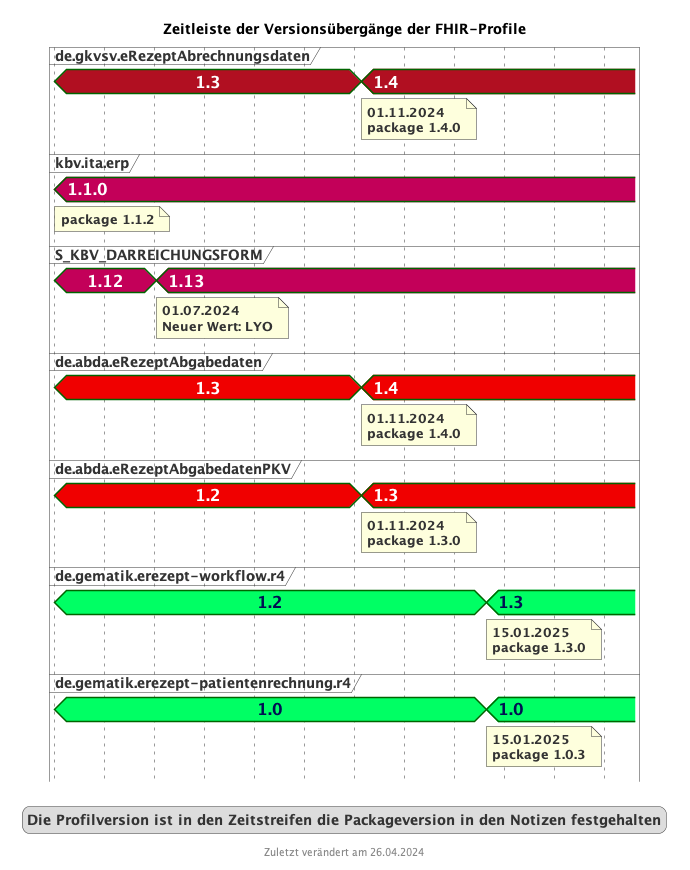
Earlier version of the PlantUML export images/puml_fhir_version_timeline.png (gematik/api-erp).
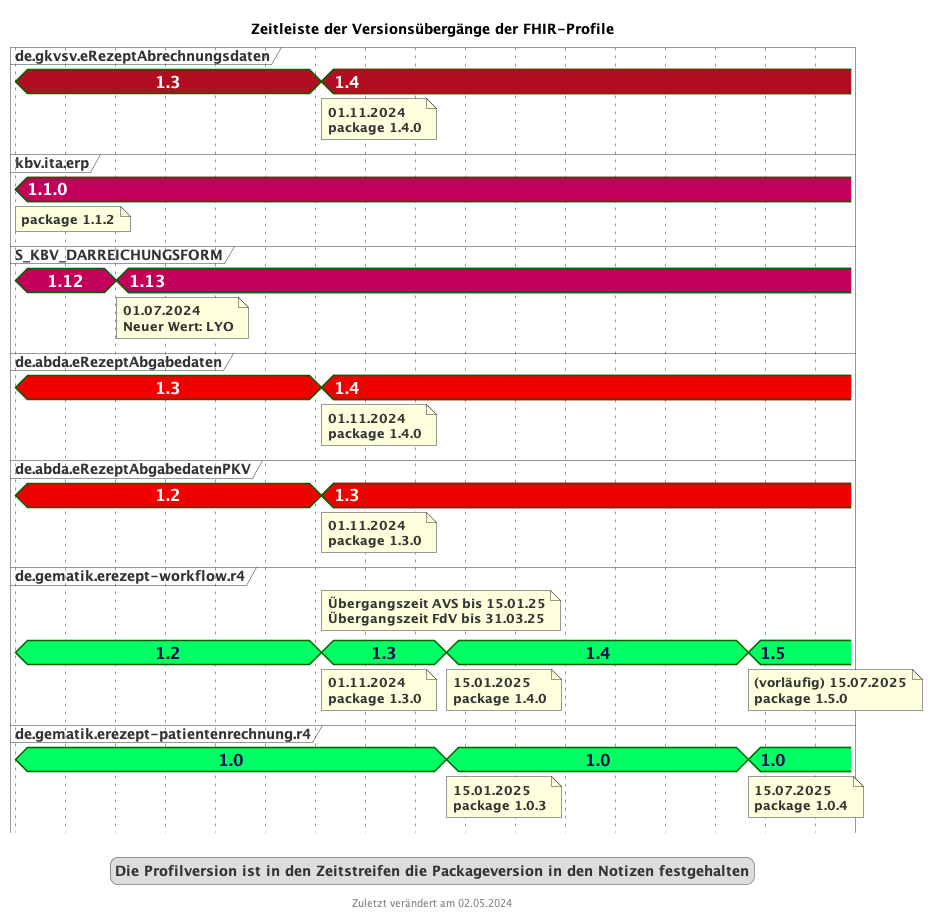
The same diagram one commit later.

What changed in the source:
```diff
@@ -28,7 +28,7 @@
 }
 </style>
 title Zeitleiste der Versionsübergänge der FHIR-Profile
-footer Zuletzt verändert am 26.04.2024
+footer Zuletzt verändert am 02.05.2024
 
 
 concise "de.gkvsv.eRezeptAbrechnungsdaten" as GKV <<gkvcolor>>
@@ -64,15 +64,24 @@
 note bottom of DAV : 01.11.2024\npackage 1.4.0
 PKV is 1.3
 note bottom of PKV : 01.11.2024\npackage 1.3.0
+gematik is 1.3
+note top of gematik: Übergangszeit AVS bis 15.01.25\nÜbergangszeit FdV bis 31.03.25
+note bottom of gematik : 01.11.2024\npackage 1.3.0
 
 @2025/01/15
-gematik is 1.3
-note bottom of gematik : 15.01.2025\npackage 1.3.0
+gematik is 1.4
+note bottom of gematik : 15.01.2025\npackage 1.4.0
 gematikpkv is 1.0
 note bottom of gematikpkv : 15.01.2025\npackage 1.0.3
 
 
-@2025/03/15
+@2025/07/15
+gematik is 1.5
+note bottom of gematik : (vorläufig) 15.07.2025\npackage 1.5.0
+gematikpkv is 1.0
+note bottom of gematikpkv : 15.07.2025\npackage 1.0.4
+
+@2025/08/15
 
 legend
 Die Profilversion ist in den Zeitstreifen die Packageversion in den Notizen festgehalten
```
